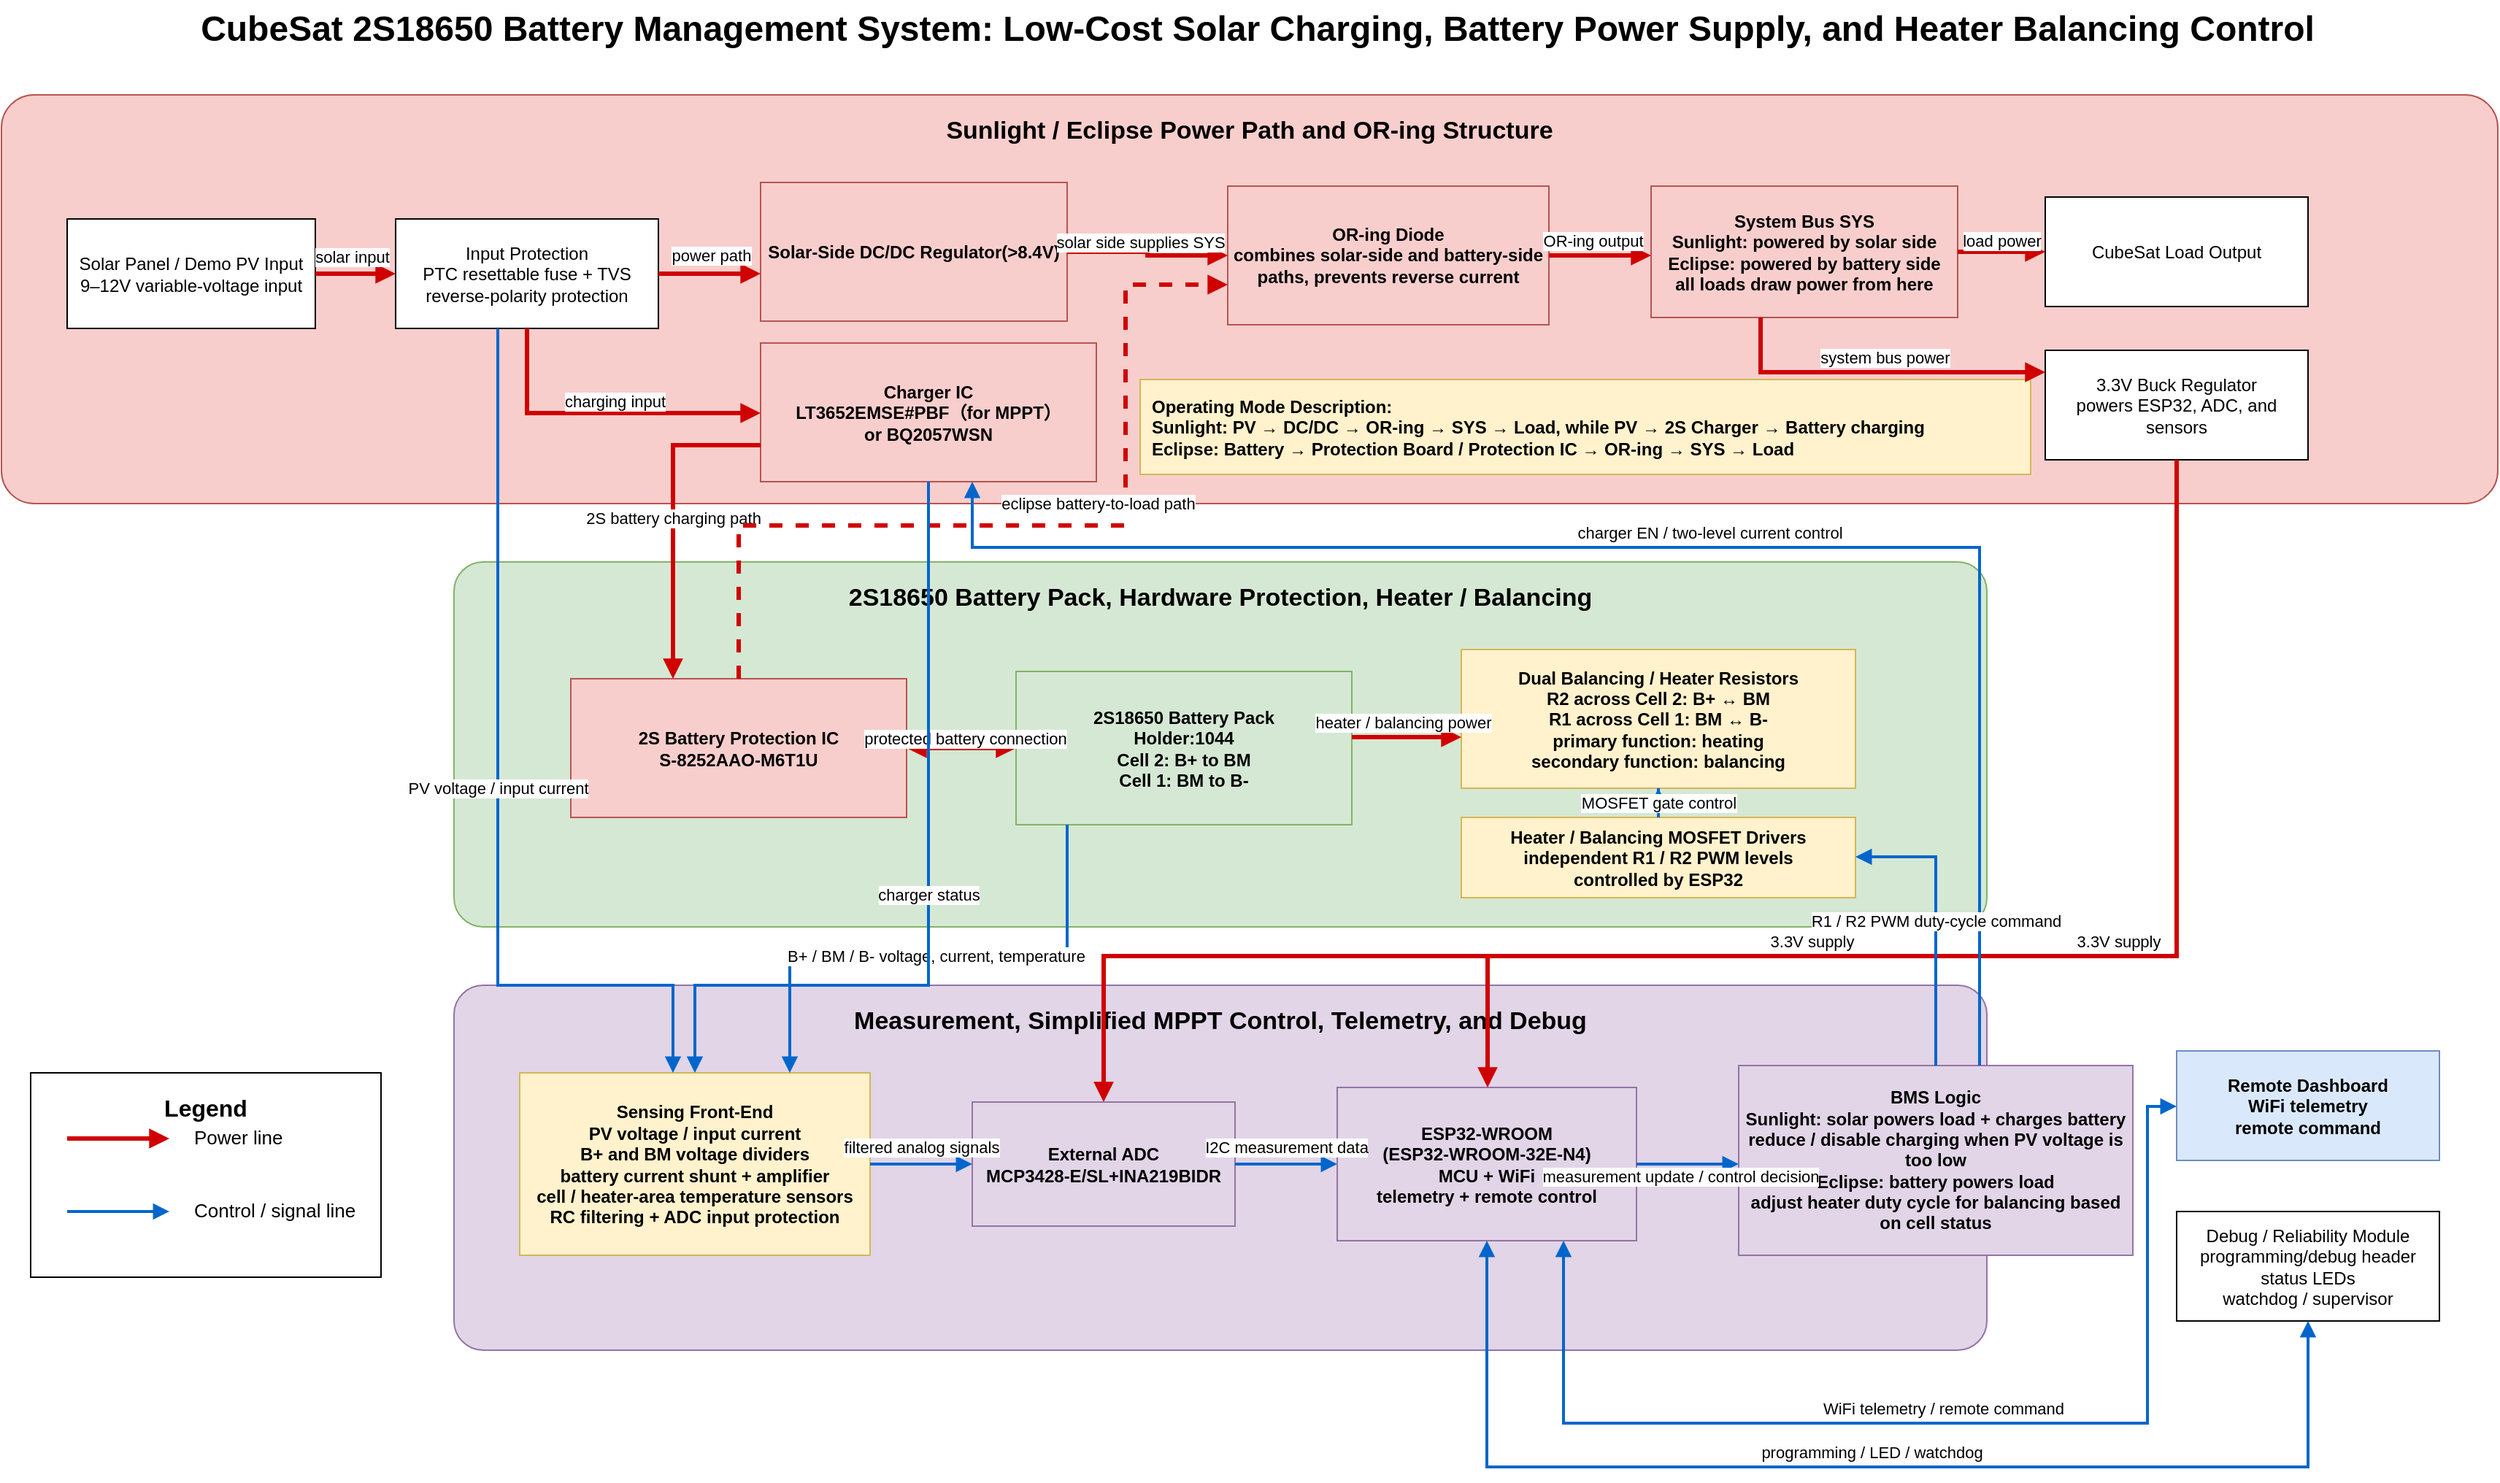
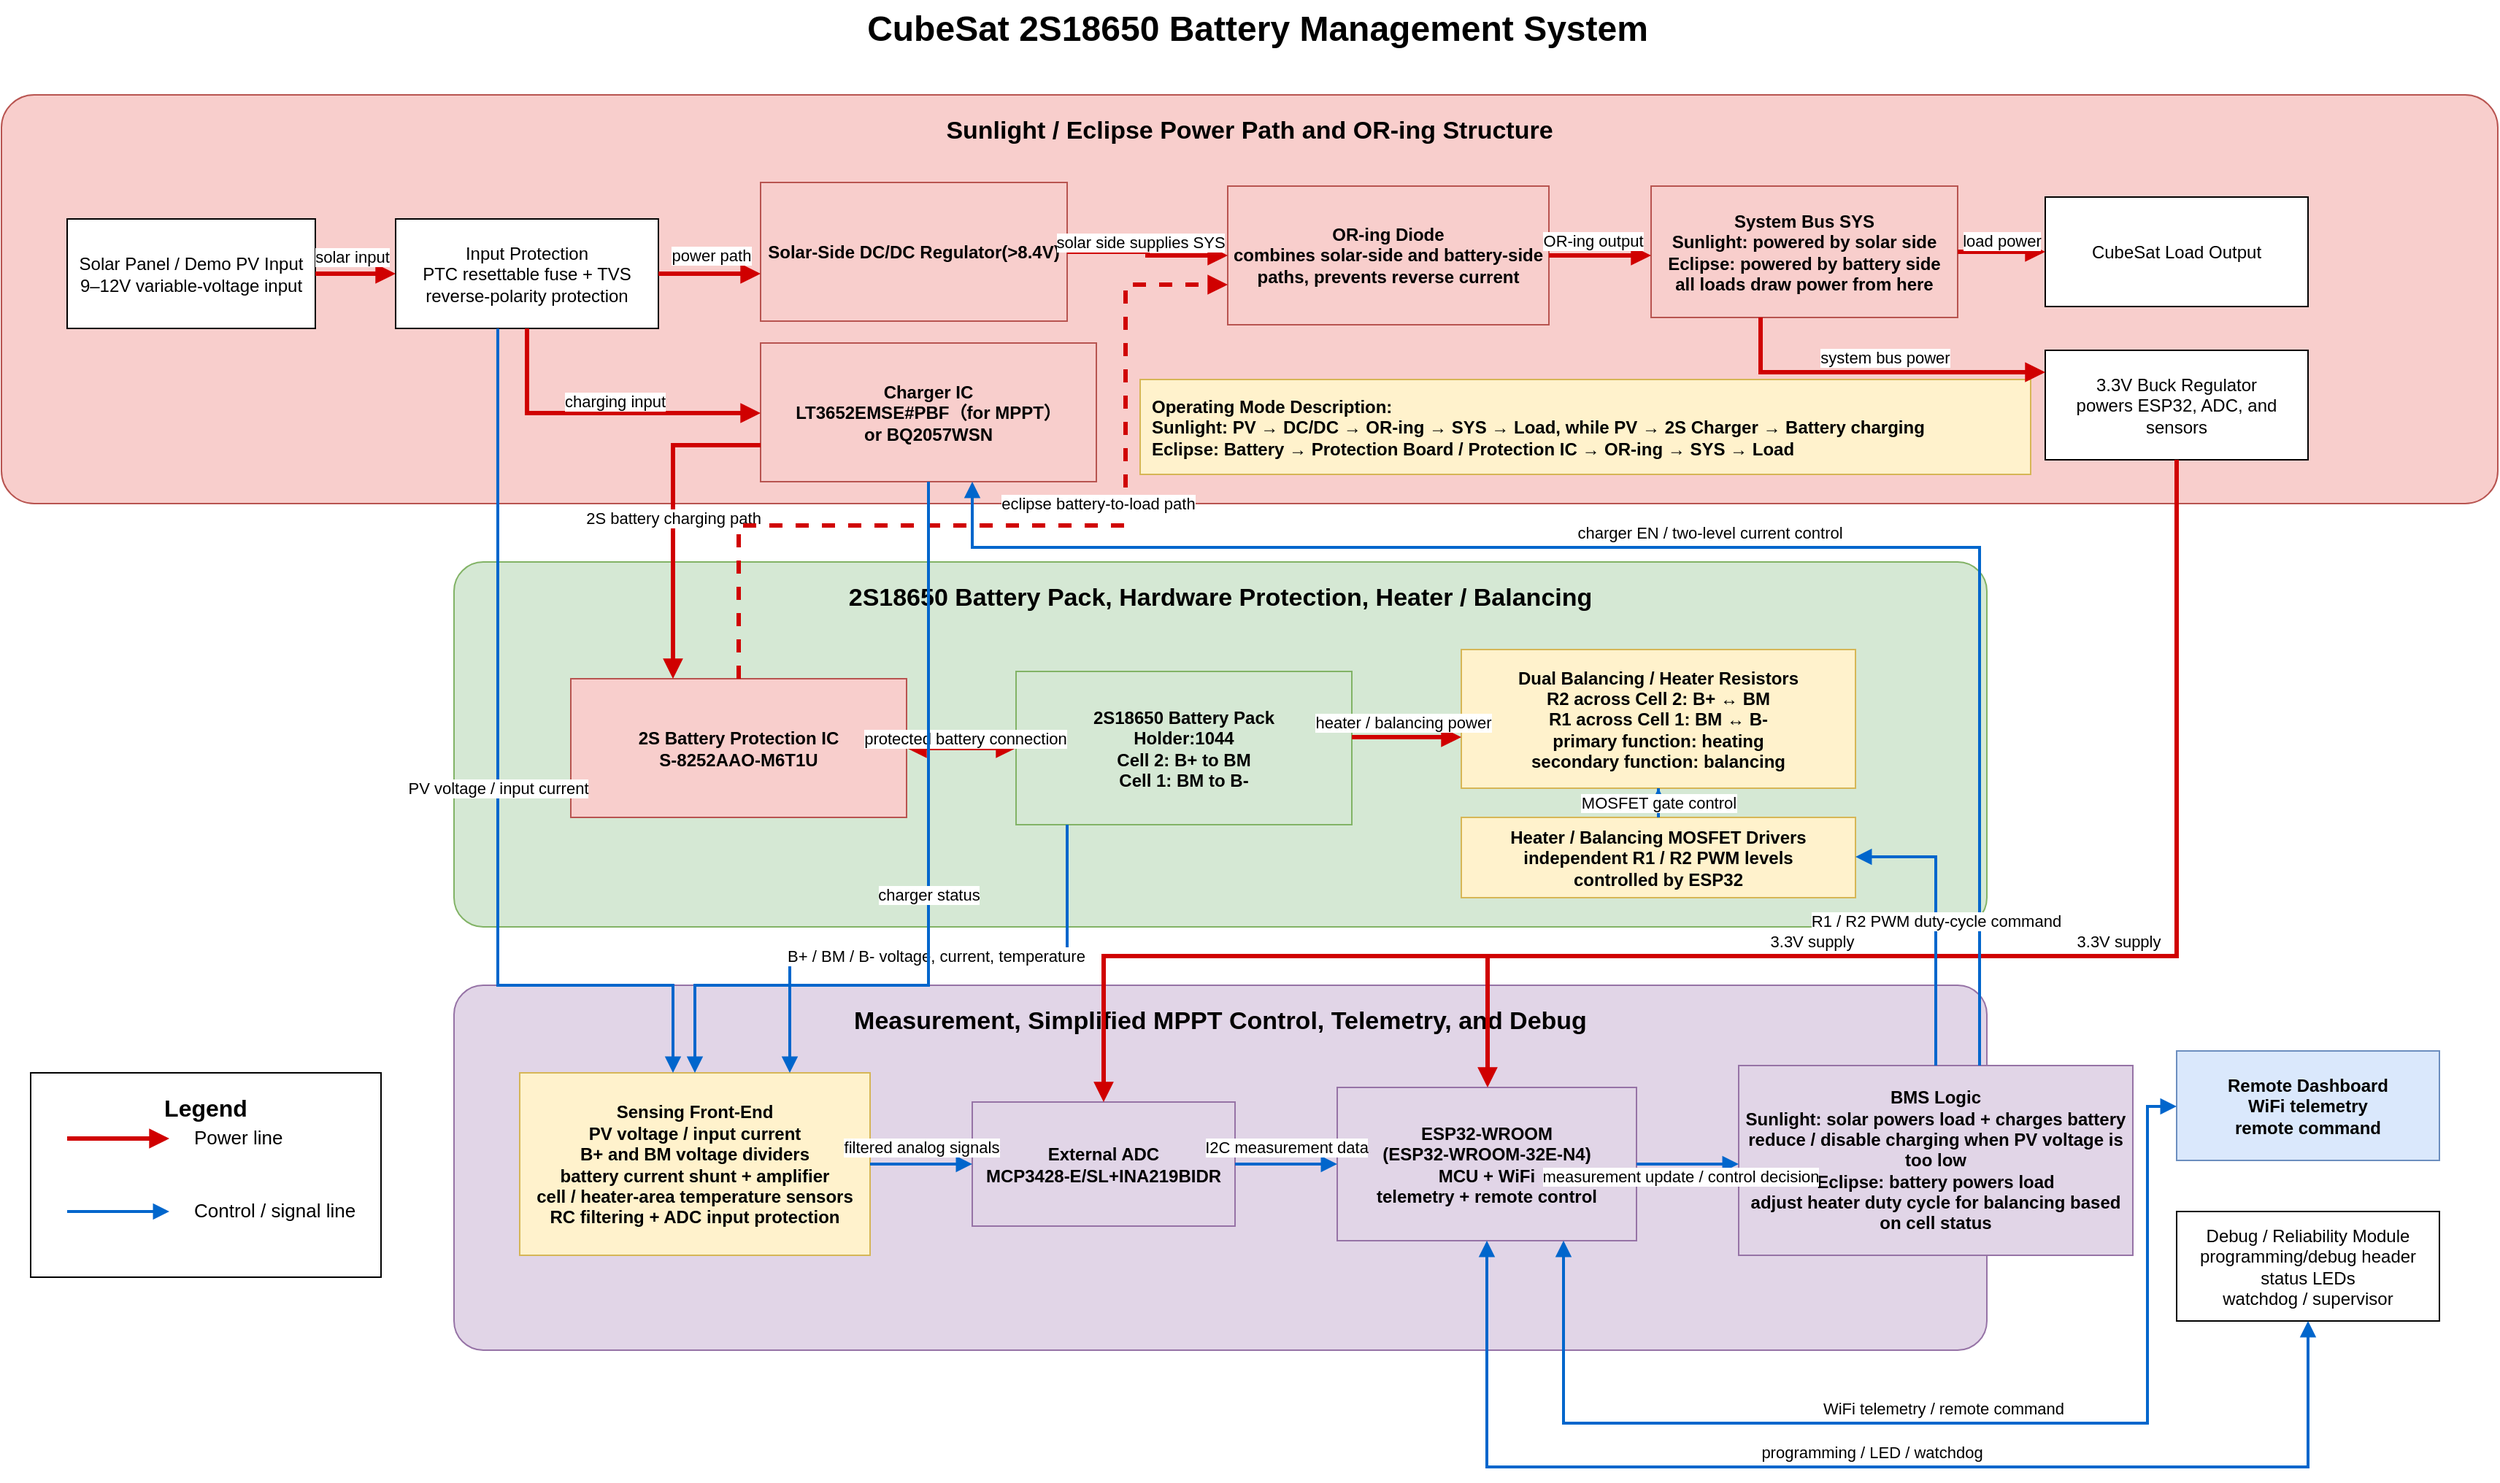
<mxfile host="app.diagrams.net">
  <diagram name="第 1 页" id="mtsnZ4J5otzk8pghUDI_">
-     <mxGraphModel dx="856" dy="495" grid="1" gridSize="10" guides="1" tooltips="1" connect="1" arrows="1" fold="1" page="1" pageScale="1" pageWidth="1800" pageHeight="1050" math="0" shadow="0">
+     <mxGraphModel dx="1216" dy="703" grid="1" gridSize="10" guides="1" tooltips="1" connect="1" arrows="1" fold="1" page="1" pageScale="1" pageWidth="1800" pageHeight="1050" math="0" shadow="0">
      <root>
        <mxCell id="0" />
        <mxCell id="1" parent="0" />
-         <mxCell id="title" parent="1" style="text;html=1;strokeColor=none;fillColor=none;align=center;verticalAlign=middle;fontSize=24;fontStyle=1" value="CubeSat 2S18650 Battery Management System: Low-Cost Solar Charging, Battery Power Supply, and Heater Balancing Control" vertex="1">
+         <mxCell id="title" parent="1" style="text;html=1;strokeColor=none;fillColor=none;align=center;verticalAlign=middle;fontSize=24;fontStyle=1" value="CubeSat 2S18650 Battery Management System" vertex="1">
          <mxGeometry height="40" width="1380" x="210" y="25" as="geometry" />
        </mxCell>
        <mxCell id="box_power" parent="1" style="rounded=1;whiteSpace=wrap;html=1;container=1;collapsible=0;recursiveResize=0;arcSize=8;fontSize=17;fontStyle=1;verticalAlign=top;spacingTop=8;fillColor=#f8cecc;strokeColor=#b85450;" value="Sunlight / Eclipse Power Path and OR-ing Structure" vertex="1">
          <mxGeometry height="280" width="1710" x="40" y="90" as="geometry" />
        </mxCell>
        <mxCell id="oring" parent="box_power" style="rounded=0;whiteSpace=wrap;html=1;fillColor=#f8cecc;strokeColor=#b85450;fontSize=12;fontStyle=1;" value="OR-ing Diode&lt;br&gt;combines solar-side and battery-side paths, prevents reverse current" vertex="1">
          <mxGeometry height="95" width="220" x="840" y="62.5" as="geometry" />
        </mxCell>
        <mxCell id="system_bus" parent="box_power" style="rounded=0;whiteSpace=wrap;html=1;fillColor=#f8cecc;strokeColor=#b85450;fontSize=12;fontStyle=1;" value="System Bus SYS&lt;br&gt;Sunlight: powered by solar side&lt;br&gt;Eclipse: powered by battery side&lt;br&gt;all loads draw power from here" vertex="1">
          <mxGeometry height="90" width="210" x="1130" y="62.5" as="geometry" />
        </mxCell>
        <mxCell id="p_oring_to_bus" edge="1" parent="box_power" source="oring" style="edgeStyle=orthogonalEdgeStyle;rounded=0;orthogonalLoop=1;jettySize=auto;endArrow=block;html=1;strokeWidth=3;strokeColor=#d00000;fontSize=11;" target="system_bus" value="OR-ing output">
          <mxGeometry relative="1" x="-0.1429" y="10" as="geometry">
            <mxPoint as="offset" />
            <Array as="points">
              <mxPoint x="1110" y="110" />
              <mxPoint x="1110" y="110" />
            </Array>
          </mxGeometry>
        </mxCell>
        <mxCell id="box_battery" parent="1" style="rounded=1;whiteSpace=wrap;html=1;container=1;collapsible=0;recursiveResize=0;arcSize=8;fontSize=17;fontStyle=1;verticalAlign=top;spacingTop=8;fillColor=#d5e8d4;strokeColor=#82b366;" value="2S18650 Battery Pack, Hardware Protection, Heater / Balancing" vertex="1">
          <mxGeometry height="250" width="1050" x="350" y="410" as="geometry" />
        </mxCell>
        <mxCell id="box_control" parent="1" style="rounded=1;whiteSpace=wrap;html=1;container=1;collapsible=0;recursiveResize=0;arcSize=8;fontSize=17;fontStyle=1;verticalAlign=top;spacingTop=8;fillColor=#e1d5e7;strokeColor=#9673a6;" value="Measurement, Simplified MPPT Control, Telemetry, and Debug" vertex="1">
          <mxGeometry height="250" width="1050" x="350" y="700" as="geometry" />
        </mxCell>
        <mxCell id="legend" parent="1" style="rounded=0;whiteSpace=wrap;html=1;fillColor=#ffffff;strokeColor=#000000;fontSize=16;fontStyle=1;verticalAlign=top;spacingTop=8;" value="Legend" vertex="1">
          <mxGeometry height="140" width="240" x="60" y="760" as="geometry" />
        </mxCell>
        <mxCell id="solar" parent="1" style="rounded=0;whiteSpace=wrap;html=1;fillColor=#ffffff;strokeColor=#000000;fontSize=12;" value="Solar Panel / Demo PV Input&lt;br&gt;9–12V variable-voltage input" vertex="1">
          <mxGeometry height="75" width="170" x="85" y="175" as="geometry" />
        </mxCell>
        <mxCell id="input_protection" parent="1" style="rounded=0;whiteSpace=wrap;html=1;fillColor=#ffffff;strokeColor=#000000;fontSize=12;" value="Input Protection&lt;br&gt;PTC resettable fuse + TVS&lt;br&gt;reverse-polarity protection" vertex="1">
          <mxGeometry height="75" width="180" x="310" y="175" as="geometry" />
        </mxCell>
        <mxCell id="solar_bus_reg" parent="1" style="rounded=0;whiteSpace=wrap;html=1;fillColor=#f8cecc;strokeColor=#b85450;fontSize=12;fontStyle=1;" value="Solar-Side DC/DC Regulator(&amp;gt;8.4V)" vertex="1">
          <mxGeometry height="95" width="210" x="560" y="150" as="geometry" />
        </mxCell>
        <mxCell id="solar_charger" parent="1" style="rounded=0;whiteSpace=wrap;html=1;fillColor=#f8cecc;strokeColor=#b85450;fontSize=12;fontStyle=1;" value="Charger IC&lt;br&gt;LT3652EMSE#PBF（for MPPT）&lt;br&gt;or BQ2057WSN" vertex="1">
          <mxGeometry height="95" width="230" x="560" y="260" as="geometry" />
        </mxCell>
        <mxCell id="load" parent="1" style="rounded=0;whiteSpace=wrap;html=1;fillColor=#ffffff;strokeColor=#000000;fontSize=12;" value="CubeSat Load Output" vertex="1">
          <mxGeometry height="75" width="180" x="1440" y="160" as="geometry" />
        </mxCell>
        <mxCell id="regulator" parent="1" style="rounded=0;whiteSpace=wrap;html=1;fillColor=#ffffff;strokeColor=#000000;fontSize=12;" value="3.3V Buck Regulator&lt;br&gt;powers ESP32, ADC, and sensors" vertex="1">
          <mxGeometry height="75" width="180" x="1440" y="265" as="geometry" />
        </mxCell>
        <mxCell id="mode_note" parent="1" style="rounded=0;whiteSpace=wrap;html=1;fillColor=#fff2cc;strokeColor=#d6b656;fontSize=12;fontStyle=1;align=left;spacing=8;" value="Operating Mode Description:&lt;br&gt;Sunlight: PV → DC/DC → OR-ing → SYS → Load, while PV → 2S Charger → Battery charging&lt;br&gt;Eclipse: Battery → Protection Board / Protection IC → OR-ing → SYS → Load" vertex="1">
          <mxGeometry height="65" width="610" x="820" y="285" as="geometry" />
        </mxCell>
        <mxCell id="protection" parent="1" style="rounded=0;whiteSpace=wrap;html=1;fillColor=#f8cecc;strokeColor=#b85450;fontSize=12;fontStyle=1;" value="2S Battery Protection IC&lt;br&gt;&lt;div&gt;S-8252AAO-M6T1U&lt;/div&gt;" vertex="1">
          <mxGeometry height="95" width="230" x="430" y="490" as="geometry" />
        </mxCell>
        <mxCell id="battery" parent="1" style="rounded=0;whiteSpace=wrap;html=1;fillColor=#d5e8d4;strokeColor=#82b366;fontSize=12;fontStyle=1;" value="2S18650 Battery Pack&lt;div&gt;Holder:1044&lt;br&gt;Cell 2: B+ to BM&lt;br&gt;Cell 1: BM to B-&lt;/div&gt;" vertex="1">
          <mxGeometry height="105" width="230" x="735" y="485" as="geometry" />
        </mxCell>
        <mxCell id="heater_resistors" parent="1" style="rounded=0;whiteSpace=wrap;html=1;fillColor=#fff2cc;strokeColor=#d6b656;fontSize=12;fontStyle=1;" value="Dual Balancing / Heater Resistors&lt;br&gt;R2 across Cell 2: B+ ↔ BM&lt;br&gt;R1 across Cell 1: BM ↔ B-&lt;br&gt;primary function: heating&lt;br&gt;secondary function: balancing" vertex="1">
          <mxGeometry height="95" width="270" x="1040" y="470" as="geometry" />
        </mxCell>
        <mxCell id="heater_driver" parent="1" style="rounded=0;whiteSpace=wrap;html=1;fillColor=#fff2cc;strokeColor=#d6b656;fontSize=12;fontStyle=1;" value="Heater / Balancing MOSFET Drivers&lt;br&gt;independent R1 / R2 PWM levels&lt;br&gt;controlled by ESP32" vertex="1">
          <mxGeometry height="55" width="270" x="1040" y="585" as="geometry" />
        </mxCell>
        <mxCell id="sensing" parent="1" style="rounded=0;whiteSpace=wrap;html=1;fillColor=#fff2cc;strokeColor=#d6b656;fontSize=12;fontStyle=1;" value="Sensing Front-End&lt;br&gt;PV voltage / input current&lt;br&gt;B+ and BM voltage dividers&lt;br&gt;battery current shunt + amplifier&lt;br&gt;cell / heater-area temperature sensors&lt;br&gt;RC filtering + ADC input protection" vertex="1">
          <mxGeometry height="125" width="240" x="395" y="760" as="geometry" />
        </mxCell>
        <mxCell id="adc" parent="1" style="rounded=0;whiteSpace=wrap;html=1;fillColor=#e1d5e7;strokeColor=#9673a6;fontSize=12;fontStyle=1;" value="External ADC&lt;br&gt;MCP3428-E/SL&lt;span style=&quot;background-color: transparent; color: light-dark(rgb(0, 0, 0), rgb(255, 255, 255));&quot;&gt;+&lt;/span&gt;&lt;span style=&quot;background-color: transparent; color: light-dark(rgb(0, 0, 0), rgb(255, 255, 255));&quot;&gt;INA219BIDR&lt;/span&gt;" vertex="1">
          <mxGeometry height="85" width="180" x="705" y="780" as="geometry" />
        </mxCell>
        <mxCell id="esp32" parent="1" style="rounded=0;whiteSpace=wrap;html=1;fillColor=#e1d5e7;strokeColor=#9673a6;fontSize=12;fontStyle=1;" value="ESP32-WROOM&lt;br&gt;(ESP32-WROOM-32E-N4)&lt;br&gt;MCU + WiFi&lt;br&gt;telemetry + remote control" vertex="1">
          <mxGeometry height="105" width="205" x="955" y="770" as="geometry" />
        </mxCell>
        <mxCell id="firmware" parent="1" style="rounded=0;whiteSpace=wrap;html=1;fillColor=#e1d5e7;strokeColor=#9673a6;fontSize=12;fontStyle=1;" value="BMS Logic&lt;br&gt;Sunlight: solar powers load + charges battery&lt;br&gt;reduce / disable charging when PV voltage is too low&lt;br&gt;Eclipse: battery powers load&lt;br&gt;adjust heater duty cycle for balancing based on cell status" vertex="1">
          <mxGeometry height="130" width="270" x="1230" y="755" as="geometry" />
        </mxCell>
        <mxCell id="remote" parent="1" style="rounded=0;whiteSpace=wrap;html=1;fillColor=#dae8fc;strokeColor=#6c8ebf;fontSize=12;fontStyle=1;" value="Remote Dashboard&lt;br&gt;WiFi telemetry&lt;br&gt;remote command" vertex="1">
          <mxGeometry height="75" width="180" x="1530" y="745" as="geometry" />
        </mxCell>
        <mxCell id="debug" parent="1" style="rounded=0;whiteSpace=wrap;html=1;fillColor=#ffffff;strokeColor=#000000;fontSize=12;" value="Debug / Reliability Module&lt;br&gt;programming/debug header&lt;br&gt;status LEDs&lt;br&gt;watchdog / supervisor" vertex="1">
          <mxGeometry height="75" width="180" x="1530" y="855" as="geometry" />
        </mxCell>
        <mxCell id="legend_power_line" edge="1" parent="1" style="endArrow=block;html=1;rounded=0;strokeWidth=3;strokeColor=#d00000;" value="">
          <mxGeometry relative="1" as="geometry">
            <mxPoint x="85" y="805" as="sourcePoint" />
            <mxPoint x="155" y="805" as="targetPoint" />
          </mxGeometry>
        </mxCell>
        <mxCell id="legend_power_text" parent="1" style="text;html=1;strokeColor=none;fillColor=none;fontSize=13;" value="Power line" vertex="1">
          <mxGeometry height="30" width="110" x="170" y="790" as="geometry" />
        </mxCell>
        <mxCell id="legend_signal_line" edge="1" parent="1" style="endArrow=block;html=1;rounded=0;strokeWidth=2;strokeColor=#0066cc;" value="">
          <mxGeometry relative="1" as="geometry">
            <mxPoint x="85" y="855" as="sourcePoint" />
            <mxPoint x="155" y="855" as="targetPoint" />
          </mxGeometry>
        </mxCell>
        <mxCell id="legend_signal_text" parent="1" style="text;html=1;strokeColor=none;fillColor=none;fontSize=13;" value="Control / signal line" vertex="1">
          <mxGeometry height="30" width="130" x="170" y="840" as="geometry" />
        </mxCell>
        <mxCell id="p_solar_to_input" edge="1" parent="1" source="solar" style="edgeStyle=orthogonalEdgeStyle;rounded=0;orthogonalLoop=1;jettySize=auto;endArrow=block;html=1;strokeWidth=3;strokeColor=#d00000;fontSize=11;" target="input_protection" value="solar input">
          <mxGeometry relative="1" x="-0.0909" y="13" as="geometry">
            <mxPoint y="1" as="offset" />
          </mxGeometry>
        </mxCell>
        <mxCell id="p_input_to_solar_bus_reg" edge="1" parent="1" source="input_protection" style="edgeStyle=orthogonalEdgeStyle;rounded=0;orthogonalLoop=1;jettySize=auto;endArrow=block;html=1;strokeWidth=3;strokeColor=#d00000;fontSize=11;" target="solar_bus_reg" value="power path">
          <mxGeometry relative="1" x="0.0348" y="13" as="geometry">
            <mxPoint as="offset" />
            <Array as="points">
              <mxPoint x="550" y="212" />
              <mxPoint x="550" y="212" />
            </Array>
          </mxGeometry>
        </mxCell>
        <mxCell id="p_input_to_charger" edge="1" parent="1" source="input_protection" style="edgeStyle=orthogonalEdgeStyle;rounded=0;orthogonalLoop=1;jettySize=auto;endArrow=block;html=1;strokeWidth=3;strokeColor=#d00000;fontSize=11;" target="solar_charger" value="charging input">
          <mxGeometry relative="1" x="0.0828" y="8" as="geometry">
            <mxPoint as="offset" />
            <Array as="points">
              <mxPoint x="400" y="308" />
            </Array>
          </mxGeometry>
        </mxCell>
        <mxCell id="p_solar_bus_reg_to_oring" edge="1" parent="1" source="solar_bus_reg" style="edgeStyle=orthogonalEdgeStyle;rounded=0;orthogonalLoop=1;jettySize=auto;endArrow=block;html=1;strokeWidth=3;strokeColor=#d00000;fontSize=11;" target="oring" value="solar side supplies SYS">
          <mxGeometry relative="1" x="-0.1111" y="8" as="geometry">
            <mxPoint y="1" as="offset" />
          </mxGeometry>
        </mxCell>
        <mxCell id="p_bus_to_load" edge="1" parent="1" source="system_bus" style="edgeStyle=orthogonalEdgeStyle;rounded=0;orthogonalLoop=1;jettySize=auto;endArrow=block;html=1;strokeWidth=3;strokeColor=#d00000;fontSize=11;" target="load" value="load power">
          <mxGeometry relative="1" x="0.0067" y="8" as="geometry">
            <mxPoint as="offset" />
          </mxGeometry>
        </mxCell>
        <mxCell id="p_bus_to_reg" edge="1" parent="1" source="system_bus" style="edgeStyle=orthogonalEdgeStyle;rounded=0;orthogonalLoop=1;jettySize=auto;endArrow=block;html=1;strokeWidth=3;strokeColor=#d00000;fontSize=11;" target="regulator" value="system bus power">
          <mxGeometry relative="1" x="0.0517" y="10" as="geometry">
            <mxPoint as="offset" />
            <Array as="points">
              <mxPoint x="1245" y="280" />
            </Array>
          </mxGeometry>
        </mxCell>
        <mxCell id="p_reg_to_esp" edge="1" parent="1" source="regulator" style="edgeStyle=orthogonalEdgeStyle;rounded=0;orthogonalLoop=1;jettySize=auto;endArrow=block;html=1;strokeWidth=3;strokeColor=#d00000;fontSize=11;" target="esp32" value="3.3V supply">
          <mxGeometry relative="1" x="-0.1575" y="-10" as="geometry">
            <mxPoint as="offset" />
            <Array as="points">
              <mxPoint x="1530" y="680" />
              <mxPoint x="1058" y="680" />
            </Array>
          </mxGeometry>
        </mxCell>
        <mxCell id="p_reg_to_adc" edge="1" parent="1" source="regulator" style="edgeStyle=orthogonalEdgeStyle;rounded=0;orthogonalLoop=1;jettySize=auto;endArrow=block;html=1;strokeWidth=3;strokeColor=#d00000;fontSize=11;" target="adc" value="3.3V supply">
          <mxGeometry relative="1" x="0.0042" y="-10" as="geometry">
            <mxPoint as="offset" />
            <Array as="points">
              <mxPoint x="1530" y="680" />
              <mxPoint x="795" y="680" />
            </Array>
          </mxGeometry>
        </mxCell>
        <mxCell id="p_charger_to_protection" edge="1" parent="1" source="solar_charger" style="edgeStyle=orthogonalEdgeStyle;rounded=0;orthogonalLoop=1;jettySize=auto;endArrow=block;html=1;strokeWidth=3;strokeColor=#d00000;fontSize=11;" target="protection" value="2S battery charging path">
          <mxGeometry relative="1" as="geometry">
            <Array as="points">
              <mxPoint x="500" y="330" />
            </Array>
          </mxGeometry>
        </mxCell>
        <mxCell id="p_protection_to_battery" edge="1" parent="1" source="protection" style="edgeStyle=orthogonalEdgeStyle;rounded=0;orthogonalLoop=1;jettySize=auto;startArrow=block;endArrow=block;html=1;strokeWidth=3;strokeColor=#d00000;fontSize=11;" target="battery" value="protected battery connection">
          <mxGeometry relative="1" x="0.0667" y="8" as="geometry">
            <mxPoint y="1" as="offset" />
          </mxGeometry>
        </mxCell>
        <mxCell id="p_protection_to_oring" edge="1" parent="1" source="protection" style="edgeStyle=orthogonalEdgeStyle;rounded=0;orthogonalLoop=1;jettySize=auto;endArrow=block;html=1;strokeWidth=3;strokeColor=#d00000;fontSize=11;dashed=1;" target="oring" value="eclipse battery-to-load path">
          <mxGeometry relative="1" x="0.1579" y="15" as="geometry">
            <mxPoint as="offset" />
            <Array as="points">
              <mxPoint x="545" y="385" />
              <mxPoint x="810" y="385" />
              <mxPoint x="810" y="220" />
            </Array>
          </mxGeometry>
        </mxCell>
        <mxCell id="p_battery_to_heater" edge="1" parent="1" source="battery" style="edgeStyle=orthogonalEdgeStyle;rounded=0;orthogonalLoop=1;jettySize=auto;endArrow=block;html=1;strokeWidth=3;strokeColor=#d00000;fontSize=11;" target="heater_resistors" value="heater / balancing power">
          <mxGeometry relative="1" x="-0.0667" y="10" as="geometry">
            <mxPoint as="offset" />
            <Array as="points">
              <mxPoint x="1030" y="530" />
              <mxPoint x="1030" y="530" />
            </Array>
          </mxGeometry>
        </mxCell>
        <mxCell id="s_battery_to_sensing" edge="1" parent="1" source="battery" style="edgeStyle=orthogonalEdgeStyle;rounded=0;orthogonalLoop=1;jettySize=auto;endArrow=block;html=1;strokeWidth=2;strokeColor=#0066cc;fontSize=11;" target="sensing" value="B+ / BM / B- voltage, current, temperature">
          <mxGeometry relative="1" as="geometry">
            <Array as="points">
              <mxPoint x="770" y="680" />
              <mxPoint x="580" y="680" />
            </Array>
          </mxGeometry>
        </mxCell>
        <mxCell id="s_pv_to_sensing" edge="1" parent="1" source="input_protection" style="edgeStyle=orthogonalEdgeStyle;rounded=0;orthogonalLoop=1;jettySize=auto;endArrow=block;html=1;strokeWidth=2;strokeColor=#0066cc;fontSize=11;" target="sensing" value="PV voltage / input current">
          <mxGeometry relative="1" as="geometry">
            <Array as="points">
              <mxPoint x="380" y="700" />
              <mxPoint x="500" y="700" />
            </Array>
          </mxGeometry>
        </mxCell>
        <mxCell id="s_charger_to_sensing" edge="1" parent="1" source="solar_charger" style="edgeStyle=orthogonalEdgeStyle;rounded=0;orthogonalLoop=1;jettySize=auto;endArrow=block;html=1;strokeWidth=2;strokeColor=#0066cc;fontSize=11;" target="sensing" value="charger status">
          <mxGeometry relative="1" as="geometry">
            <Array as="points">
              <mxPoint x="675" y="700" />
              <mxPoint x="515" y="700" />
            </Array>
          </mxGeometry>
        </mxCell>
        <mxCell id="s_sensing_to_adc" edge="1" parent="1" source="sensing" style="edgeStyle=orthogonalEdgeStyle;rounded=0;orthogonalLoop=1;jettySize=auto;endArrow=block;html=1;strokeWidth=2;strokeColor=#0066cc;fontSize=11;" target="adc" value="filtered analog signals">
          <mxGeometry relative="1" y="13" as="geometry">
            <mxPoint y="1" as="offset" />
          </mxGeometry>
        </mxCell>
        <mxCell id="s_adc_to_esp" edge="1" parent="1" source="adc" style="edgeStyle=orthogonalEdgeStyle;rounded=0;orthogonalLoop=1;jettySize=auto;endArrow=block;html=1;strokeWidth=2;strokeColor=#0066cc;fontSize=11;" target="esp32" value="I2C measurement data">
          <mxGeometry relative="1" y="13" as="geometry">
            <mxPoint y="1" as="offset" />
          </mxGeometry>
        </mxCell>
        <mxCell id="s_esp_to_firmware" edge="1" parent="1" source="esp32" style="edgeStyle=orthogonalEdgeStyle;rounded=0;orthogonalLoop=1;jettySize=auto;endArrow=block;html=1;strokeWidth=2;strokeColor=#0066cc;fontSize=11;" target="firmware" value="measurement update / control decision">
          <mxGeometry relative="1" x="-0.1429" y="-8" as="geometry">
            <mxPoint as="offset" />
            <Array as="points">
              <mxPoint x="1210" y="822" />
              <mxPoint x="1210" y="822" />
            </Array>
          </mxGeometry>
        </mxCell>
        <mxCell id="s_firmware_to_charger" edge="1" parent="1" style="edgeStyle=orthogonalEdgeStyle;rounded=0;orthogonalLoop=1;jettySize=auto;endArrow=block;html=1;strokeWidth=2;strokeColor=#0066cc;fontSize=11;" value="charger EN / two-level current control">
          <mxGeometry relative="1" x="-0.009" y="-10" as="geometry">
            <mxPoint as="offset" />
            <Array as="points">
              <mxPoint x="1394.96" y="400" />
              <mxPoint x="704.96" y="400" />
            </Array>
            <mxPoint x="1395.00347826087" y="755" as="sourcePoint" />
            <mxPoint x="705.0034782608698" y="355" as="targetPoint" />
          </mxGeometry>
        </mxCell>
        <mxCell id="s_firmware_to_heater_driver" edge="1" parent="1" source="firmware" style="edgeStyle=orthogonalEdgeStyle;rounded=0;orthogonalLoop=1;jettySize=auto;endArrow=block;html=1;strokeWidth=2;strokeColor=#0066cc;fontSize=11;" target="heater_driver" value="R1 / R2 PWM duty-cycle command">
          <mxGeometry relative="1" as="geometry">
            <Array as="points">
              <mxPoint x="1365" y="612" />
            </Array>
          </mxGeometry>
        </mxCell>
        <mxCell id="s_heater_driver_to_resistors" edge="1" parent="1" source="heater_driver" style="edgeStyle=orthogonalEdgeStyle;rounded=0;orthogonalLoop=1;jettySize=auto;endArrow=block;html=1;strokeWidth=2;strokeColor=#0066cc;fontSize=11;" target="heater_resistors" value="MOSFET gate control">
          <mxGeometry relative="1" as="geometry" />
        </mxCell>
        <mxCell id="s_esp_to_remote" edge="1" parent="1" source="esp32" style="edgeStyle=orthogonalEdgeStyle;rounded=0;orthogonalLoop=1;jettySize=auto;startArrow=block;endArrow=block;html=1;strokeWidth=2;strokeColor=#0066cc;fontSize=11;" target="remote" value="WiFi telemetry / remote command">
          <mxGeometry relative="1" x="0.0105" y="10" as="geometry">
            <mxPoint as="offset" />
            <Array as="points">
              <mxPoint x="1110" y="1000" />
              <mxPoint x="1510" y="1000" />
              <mxPoint x="1510" y="783" />
            </Array>
          </mxGeometry>
        </mxCell>
        <mxCell id="s_esp_to_debug" edge="1" parent="1" source="esp32" style="edgeStyle=orthogonalEdgeStyle;rounded=0;orthogonalLoop=1;jettySize=auto;startArrow=block;endArrow=block;html=1;strokeWidth=2;strokeColor=#0066cc;fontSize=11;" target="debug" value="programming / LED / watchdog">
          <mxGeometry relative="1" x="0.0214" y="10" as="geometry">
            <mxPoint x="1" as="offset" />
            <Array as="points">
              <mxPoint x="1058" y="1030" />
              <mxPoint x="1620" y="1030" />
            </Array>
          </mxGeometry>
        </mxCell>
      </root>
    </mxGraphModel>
  </diagram>
</mxfile>
